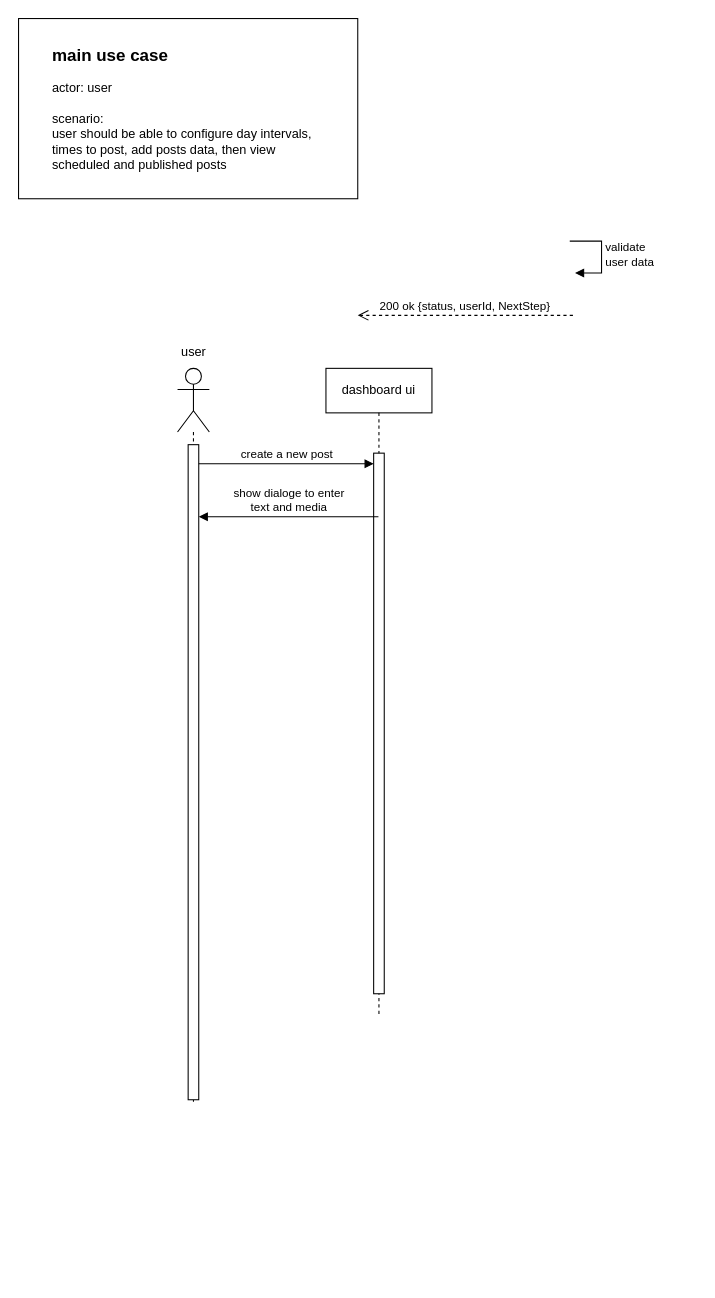
ahmed-elbehairy7/pamylka-system-design keeps this draw.io diagram as page "main" (2 of 2) of auto-post.drawio. Above is the earlier version. Source tidied: cells renumbered, new cells numbered last; positions are measured from the earlier drawing's top-left corner, leaving out a move shared by most shapes. Both pictures are drawn from the tidied source at 106%, with x=0, y=0 at pixel (18, 18).
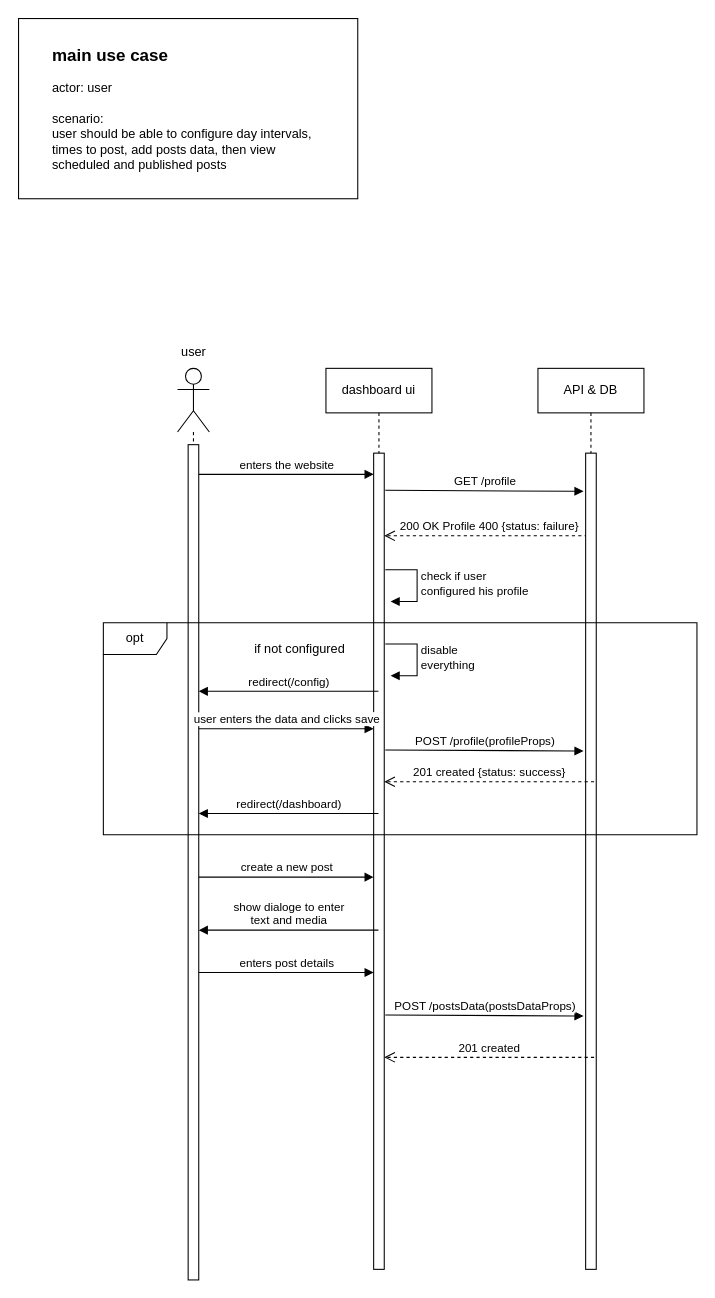
Above is the later version.

Change to the diagram source:
```diff
@@
     <mxCell id="5" style="shape=umlLifeline;perimeter=lifelinePerimeter;whiteSpace=wrap;html=1;newEdgeStyle={&quot;curved&quot;:0,&quot;rounded&quot;:0};participant=umlActor;size=60;" parent="1" vertex="1">
-      <mxGeometry x="150" y="330" width="30" height="692" as="geometry" />
+      <mxGeometry x="150" y="330" width="30" height="860" as="geometry" />
     </mxCell>
     <mxCell id="6" style="html=1;perimeter=orthogonalPerimeter;targetShapes=umlLifeline;newEdgeStyle={&quot;curved&quot;:0,&quot;rounded&quot;:0};" parent="5" vertex="1">
-      <mxGeometry x="10" y="72" width="10" height="618" as="geometry" />
+      <mxGeometry x="10" y="72" width="10" height="788" as="geometry" />
     </mxCell>
@@
     <mxCell id="8" value="dashboard ui" style="shape=umlLifeline;perimeter=lifelinePerimeter;whiteSpace=wrap;html=1;newEdgeStyle={&quot;curved&quot;:0,&quot;rounded&quot;:0};size=42;" parent="1" vertex="1">
-      <mxGeometry x="290" y="330" width="100" height="610" as="geometry" />
+      <mxGeometry x="290" y="330" width="100" height="850" as="geometry" />
     </mxCell>
     <mxCell id="9" style="html=1;points=[[0,0,0,0,5],[0,1,0,0,-5],[1,0,0,0,5],[1,1,0,0,-5]];perimeter=orthogonalPerimeter;outlineConnect=0;targetShapes=umlLifeline;portConstraint=eastwest;newEdgeStyle={&quot;curved&quot;:0,&quot;rounded&quot;:0};" parent="8" vertex="1">
-      <mxGeometry x="45" y="80" width="10" height="510" as="geometry" />
+      <mxGeometry x="45" y="80" width="10" height="770" as="geometry" />
     </mxCell>
-    <mxCell id="10" value="create a new post" style="html=1;verticalAlign=bottom;endArrow=block;curved=0;rounded=0;" parent="1" edge="1" target="9">
+    <mxCell id="10" value="create a new post" style="html=1;verticalAlign=bottom;endArrow=block;curved=0;rounded=0;" parent="1" edge="1">
       <mxGeometry relative="1" as="geometry">
-        <mxPoint x="170" y="420" as="sourcePoint" />
+        <mxPoint x="170" y="810" as="sourcePoint" />
+        <mxPoint x="335" y="810" as="targetPoint" />
       </mxGeometry>
     </mxCell>
-    <mxCell id="11" value="validate&lt;div&gt;user data&lt;/div&gt;" style="html=1;align=left;spacingLeft=2;endArrow=block;rounded=0;edgeStyle=orthogonalEdgeStyle;curved=0;rounded=0;" parent="1" edge="1">
+    <mxCell id="11" value="check if user&amp;nbsp;&lt;div&gt;configured his profile&lt;/div&gt;" style="html=1;align=left;spacingLeft=2;endArrow=block;rounded=0;edgeStyle=orthogonalEdgeStyle;curved=0;rounded=0;" parent="1" edge="1">
       <mxGeometry relative="1" as="geometry">
-        <mxPoint x="520" y="210" as="sourcePoint" />
-        <mxPoint x="525" y="240" as="targetPoint" />
+        <mxPoint x="346" y="520" as="sourcePoint" />
+        <mxPoint x="351" y="550" as="targetPoint" />
         <Array as="points">
-          <mxPoint x="550" y="240" />
+          <mxPoint x="376" y="550" />
         </Array>
       </mxGeometry>
     </mxCell>
-    <mxCell id="12" value="200 ok {status,&amp;nbsp;&lt;span style=&quot;background-color: light-dark(#ffffff, var(--ge-dark-color, #121212)); color: light-dark(rgb(0, 0, 0), rgb(255, 255, 255));&quot;&gt;userId,&amp;nbsp;&lt;/span&gt;&lt;span style=&quot;background-color: light-dark(#ffffff, var(--ge-dark-color, #121212)); color: light-dark(rgb(0, 0, 0), rgb(255, 255, 255));&quot;&gt;NextStep}&lt;/span&gt;" style="html=1;verticalAlign=bottom;endArrow=open;dashed=1;endSize=8;curved=0;rounded=0;" parent="1" edge="1">
+    <mxCell id="12" value="200 OK Profile 400 {status: failure}" style="html=1;verticalAlign=bottom;endArrow=open;dashed=1;endSize=8;curved=0;rounded=0;" parent="1" edge="1">
       <mxGeometry relative="1" as="geometry">
-        <mxPoint x="523" y="280" as="sourcePoint" />
-        <mxPoint x="320" y="280" as="targetPoint" />
+        <mxPoint x="543" y="488" as="sourcePoint" />
+        <mxPoint x="345" y="488" as="targetPoint" />
       </mxGeometry>
     </mxCell>
     <mxCell id="13" value="show dialoge to enter&lt;div&gt;text and media&lt;/div&gt;" style="html=1;verticalAlign=bottom;endArrow=block;curved=0;rounded=0;" parent="1" edge="1">
       <mxGeometry relative="1" as="geometry">
-        <mxPoint x="339.5" y="470" as="sourcePoint" />
-        <mxPoint x="170" y="470" as="targetPoint" />
+        <mxPoint x="339.5" y="860" as="sourcePoint" />
+        <mxPoint x="170" y="860" as="targetPoint" />
       </mxGeometry>
     </mxCell>
+    <mxCell id="14" value="API &amp;amp; DB" style="shape=umlLifeline;perimeter=lifelinePerimeter;whiteSpace=wrap;html=1;newEdgeStyle={&quot;curved&quot;:0,&quot;rounded&quot;:0};size=42;" parent="1" vertex="1">
+      <mxGeometry x="490" y="330" width="100" height="850" as="geometry" />
+    </mxCell>
+    <mxCell id="15" style="html=1;perimeter=orthogonalPerimeter;targetShapes=umlLifeline;newEdgeStyle={&quot;curved&quot;:0,&quot;rounded&quot;:0};" parent="14" vertex="1">
+      <mxGeometry x="45" y="80" width="10" height="770" as="geometry" />
+    </mxCell>
+    <mxCell id="16" value="enters the website" style="html=1;verticalAlign=bottom;endArrow=block;curved=0;rounded=0;" parent="1" edge="1">
+      <mxGeometry relative="1" as="geometry">
+        <mxPoint x="170" y="430" as="sourcePoint" />
+        <mxPoint x="335" y="430" as="targetPoint" />
+      </mxGeometry>
+    </mxCell>
+    <mxCell id="17" value="opt" style="shape=umlFrame;whiteSpace=wrap;html=1;" parent="1" vertex="1">
+      <mxGeometry x="80" y="570" width="560" height="200" as="geometry" />
+    </mxCell>
+    <mxCell id="18" value="if not configured" style="text;html=1;align=center;verticalAlign=middle;strokeColor=none;fillColor=none;" parent="1" vertex="1">
+      <mxGeometry x="210" y="580" width="110" height="30" as="geometry" />
+    </mxCell>
+    <mxCell id="19" value="redirect(/config)" style="html=1;verticalAlign=bottom;endArrow=block;curved=0;rounded=0;" parent="1" edge="1">
+      <mxGeometry relative="1" as="geometry">
+        <mxPoint x="339.5" y="634.7" as="sourcePoint" />
+        <mxPoint x="170" y="634.7" as="targetPoint" />
+      </mxGeometry>
+    </mxCell>
+    <mxCell id="20" value="user enters the data and&amp;nbsp;&lt;span style=&quot;background-color: light-dark(#ffffff, var(--ge-dark-color, #121212)); color: light-dark(rgb(0, 0, 0), rgb(255, 255, 255));&quot;&gt;clicks save&lt;/span&gt;" style="html=1;verticalAlign=bottom;endArrow=block;curved=0;rounded=0;" parent="1" edge="1">
+      <mxGeometry relative="1" as="geometry">
+        <mxPoint x="170" y="670" as="sourcePoint" />
+        <mxPoint x="335" y="670" as="targetPoint" />
+      </mxGeometry>
+    </mxCell>
+    <mxCell id="21" value="GET /profile" style="html=1;verticalAlign=bottom;endArrow=block;curved=0;rounded=0;" parent="1" edge="1">
+      <mxGeometry relative="1" as="geometry">
+        <mxPoint x="346" y="445" as="sourcePoint" />
+        <mxPoint x="533" y="446" as="targetPoint" />
+      </mxGeometry>
+    </mxCell>
+    <mxCell id="22" value="POST /profile(profileProps)" style="html=1;verticalAlign=bottom;endArrow=block;curved=0;rounded=0;" parent="1" edge="1">
+      <mxGeometry relative="1" as="geometry">
+        <mxPoint x="346" y="690" as="sourcePoint" />
+        <mxPoint x="533" y="691" as="targetPoint" />
+      </mxGeometry>
+    </mxCell>
+    <mxCell id="23" value="201 created {status: success}" style="html=1;verticalAlign=bottom;endArrow=open;dashed=1;endSize=8;curved=0;rounded=0;" parent="1" edge="1">
+      <mxGeometry relative="1" as="geometry">
+        <mxPoint x="543" y="720" as="sourcePoint" />
+        <mxPoint x="345" y="720" as="targetPoint" />
+      </mxGeometry>
+    </mxCell>
+    <mxCell id="24" value="disable&amp;nbsp;&lt;div&gt;everything&lt;/div&gt;" style="html=1;align=left;spacingLeft=2;endArrow=block;rounded=0;edgeStyle=orthogonalEdgeStyle;curved=0;rounded=0;" parent="1" edge="1">
+      <mxGeometry relative="1" as="geometry">
+        <mxPoint x="346" y="590" as="sourcePoint" />
+        <mxPoint x="351" y="620" as="targetPoint" />
+        <Array as="points">
+          <mxPoint x="376" y="620" />
+        </Array>
+      </mxGeometry>
+    </mxCell>
+    <mxCell id="25" value="redirect(/dashboard)" style="html=1;verticalAlign=bottom;endArrow=block;curved=0;rounded=0;" parent="1" edge="1">
+      <mxGeometry relative="1" as="geometry">
+        <mxPoint x="339.5" y="750" as="sourcePoint" />
+        <mxPoint x="170" y="750" as="targetPoint" />
+      </mxGeometry>
+    </mxCell>
+    <mxCell id="26" value="enters post details" style="html=1;verticalAlign=bottom;endArrow=block;curved=0;rounded=0;" parent="1" edge="1">
+      <mxGeometry relative="1" as="geometry">
+        <mxPoint x="170" y="900" as="sourcePoint" />
+        <mxPoint x="335" y="900" as="targetPoint" />
+      </mxGeometry>
+    </mxCell>
+    <mxCell id="27" value="POST /postsData(postsDataProps)" style="html=1;verticalAlign=bottom;endArrow=block;curved=0;rounded=0;" parent="1" edge="1">
+      <mxGeometry relative="1" as="geometry">
+        <mxPoint x="346" y="940" as="sourcePoint" />
+        <mxPoint x="533" y="941" as="targetPoint" />
+      </mxGeometry>
+    </mxCell>
+    <mxCell id="28" value="201 created" style="html=1;verticalAlign=bottom;endArrow=open;dashed=1;endSize=8;curved=0;rounded=0;" parent="1" edge="1">
+      <mxGeometry relative="1" as="geometry">
+        <mxPoint x="543" y="980" as="sourcePoint" />
+        <mxPoint x="345" y="980" as="targetPoint" />
+      </mxGeometry>
+    </mxCell>
```
